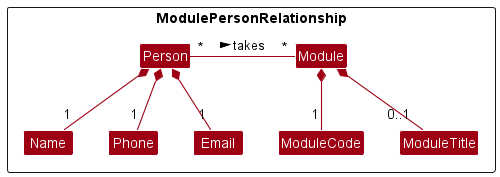
The PlantUML diagram docs/images/ModulePersonObjectOrientedDomainModel.png in nus-cs2103-AY2223S1/tp, before a commit. The source it was exported from:
```plantuml
@startuml
!include style.puml
skinparam arrowThickness 1.1
skinparam arrowColor MODEL_COLOR
skinparam classBackgroundColor MODEL_COLOR

Package ModulePersonRelationship <<Rectangle>>{
Class Module
Class Person

Class ModuleCode
Class ModuleTitle

Class Name
Class Phone
Class Email
}

Module "*" -left- "*" Person :< takes

Module *-- "1" ModuleCode
Module *-- "0..1" ModuleTitle

Person *-- "1" Name
Person *-- "1" Phone
Person *-- "1" Email

Name -[hidden]right- Phone
Phone -[hidden]right- Email

ModuleCode -[hidden]right- ModuleTitle
@enduml
```
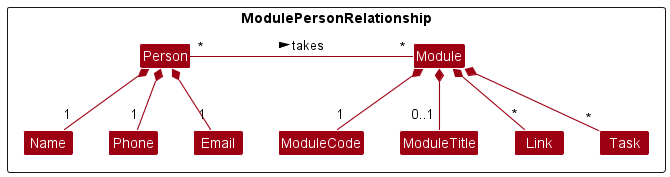
After the commit.

Diff of the diagram source:
```diff
@@ -10,6 +10,8 @@
 
 Class ModuleCode
 Class ModuleTitle
+Class Link
+Class Task
 
 Class Name
 Class Phone
@@ -20,6 +22,8 @@
 
 Module *-- "1" ModuleCode
 Module *-- "0..1" ModuleTitle
+Module *-- "*" Link
+Module *-- "*" Task
 
 Person *-- "1" Name
 Person *-- "1" Phone
@@ -29,4 +33,6 @@
 Phone -[hidden]right- Email
 
 ModuleCode -[hidden]right- ModuleTitle
+ModuleTitle -[hidden]right- Link
+Link -[hidden]right- Task
 @enduml
```
